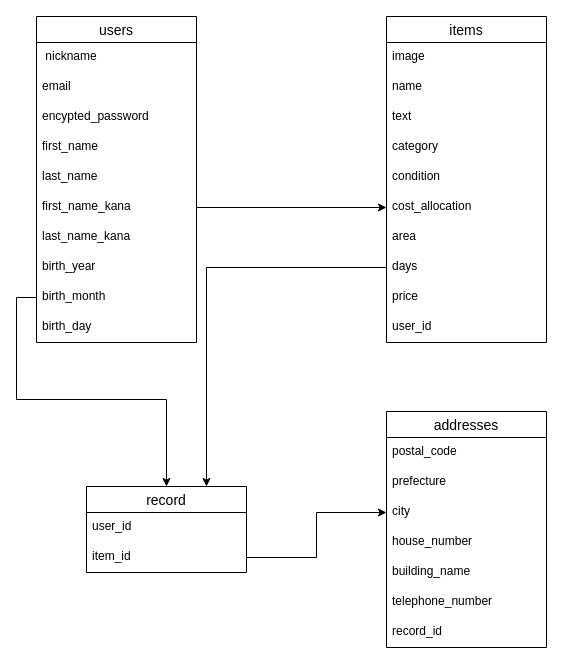
Above: furima.dio in sumimasa/furima-37044 (draw.io), before the change. Source tidied: cells renumbered, new cells numbered last; positions are measured from the earlier drawing's top-left corner, leaving out a move shared by most shapes. Both pictures are drawn from the tidied source at 100%, with x=0, y=0 at pixel (36, 16).
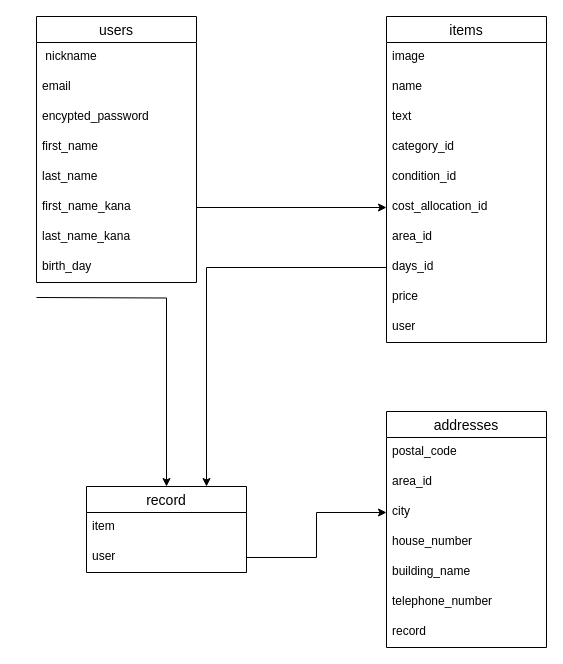
The same page after the edit.

Commit message (it also covers changes not shown here):
ER図,READMEの修正

The change refers to these unchanged cells:
```xml
<mxCell id="13" value="items" style="swimlane;fontStyle=0;horizontal=1;startSize=26;align=center;fontSize=14;" parent="1" vertex="1">
  <mxGeometry x="350" width="160" height="326" as="geometry" />
</mxCell>
<mxCell id="25" value="record" style="swimlane;fontStyle=0;horizontal=1;startSize=26;align=center;fontSize=14;" parent="1" vertex="1">
  <mxGeometry x="50" y="470" width="160" height="86" as="geometry" />
</mxCell>
<mxCell id="30" value="addresses" style="swimlane;fontStyle=0;horizontal=1;startSize=26;align=center;fontSize=14;" parent="1" vertex="1">
  <mxGeometry x="350" y="395" width="160" height="236" as="geometry" />
</mxCell>
```

The edit, as a diff of the source:
```diff
@@
     <mxCell id="2" value="users" style="swimlane;fontStyle=0;horizontal=1;startSize=26;align=center;fontSize=14;" parent="1" vertex="1">
-      <mxGeometry width="160" height="326" as="geometry" />
+      <mxGeometry width="160" height="266" as="geometry" />
     </mxCell>
@@
-    <mxCell id="10" value="birth_year" style="text;strokeColor=none;fillColor=none;spacingLeft=4;spacingRight=4;overflow=hidden;fontSize=12;" parent="2" vertex="1">
-      <mxGeometry y="236" width="160" height="30" as="geometry" />
-    </mxCell>
-    <mxCell id="11" value="birth_month" style="text;strokeColor=none;fillColor=none;spacingLeft=4;spacingRight=4;overflow=hidden;points=[[0,0.5],[1,0.5]];portConstraint=eastwest;fontSize=12;" parent="2" vertex="1">
-      <mxGeometry y="266" width="160" height="30" as="geometry" />
-    </mxCell>
     <mxCell id="12" value="birth_day" style="text;strokeColor=none;fillColor=none;spacingLeft=4;spacingRight=4;overflow=hidden;fontSize=12;" parent="2" vertex="1">
-      <mxGeometry y="296" width="160" height="30" as="geometry" />
+      <mxGeometry y="236" width="160" height="30" as="geometry" />
     </mxCell>
@@
-    <mxCell id="17" value="category" style="text;strokeColor=none;fillColor=none;spacingLeft=4;spacingRight=4;overflow=hidden;fontSize=12;" parent="13" vertex="1">
+    <mxCell id="17" value="category_id" style="text;strokeColor=none;fillColor=none;spacingLeft=4;spacingRight=4;overflow=hidden;fontSize=12;" parent="13" vertex="1">
       <mxGeometry y="116" width="160" height="30" as="geometry" />
     </mxCell>
-    <mxCell id="18" value="condition" style="text;strokeColor=none;fillColor=none;spacingLeft=4;spacingRight=4;overflow=hidden;fontSize=12;" parent="13" vertex="1">
+    <mxCell id="18" value="condition_id" style="text;strokeColor=none;fillColor=none;spacingLeft=4;spacingRight=4;overflow=hidden;fontSize=12;" parent="13" vertex="1">
       <mxGeometry y="146" width="160" height="30" as="geometry" />
     </mxCell>
-    <mxCell id="19" value="cost_allocation" style="text;strokeColor=none;fillColor=none;spacingLeft=4;spacingRight=4;overflow=hidden;points=[[0,0.5],[1,0.5]];portConstraint=eastwest;fontSize=12;" parent="13" vertex="1">
+    <mxCell id="19" value="cost_allocation_id" style="text;strokeColor=none;fillColor=none;spacingLeft=4;spacingRight=4;overflow=hidden;points=[[0,0.5],[1,0.5]];portConstraint=eastwest;fontSize=12;" parent="13" vertex="1">
       <mxGeometry y="176" width="160" height="30" as="geometry" />
     </mxCell>
-    <mxCell id="20" value="area" style="text;strokeColor=none;fillColor=none;spacingLeft=4;spacingRight=4;overflow=hidden;fontSize=12;" parent="13" vertex="1">
+    <mxCell id="20" value="area_id" style="text;strokeColor=none;fillColor=none;spacingLeft=4;spacingRight=4;overflow=hidden;fontSize=12;" parent="13" vertex="1">
       <mxGeometry y="206" width="160" height="30" as="geometry" />
     </mxCell>
-    <mxCell id="21" value="days" style="text;strokeColor=none;fillColor=none;spacingLeft=4;spacingRight=4;overflow=hidden;points=[[0,0.5],[1,0.5]];portConstraint=eastwest;fontSize=12;" parent="13" vertex="1">
+    <mxCell id="21" value="days_id" style="text;strokeColor=none;fillColor=none;spacingLeft=4;spacingRight=4;overflow=hidden;points=[[0,0.5],[1,0.5]];portConstraint=eastwest;fontSize=12;" parent="13" vertex="1">
       <mxGeometry y="236" width="160" height="30" as="geometry" />
     </mxCell>
@@
-    <mxCell id="23" value="user_id" style="text;strokeColor=none;fillColor=none;spacingLeft=4;spacingRight=4;overflow=hidden;fontSize=12;" parent="13" vertex="1">
+    <mxCell id="23" value="user" style="text;strokeColor=none;fillColor=none;spacingLeft=4;spacingRight=4;overflow=hidden;fontSize=12;" parent="13" vertex="1">
       <mxGeometry y="296" width="160" height="30" as="geometry" />
     </mxCell>
@@
-    <mxCell id="26" value="user_id" style="text;strokeColor=none;fillColor=none;spacingLeft=4;spacingRight=4;overflow=hidden;fontSize=12;" parent="25" vertex="1">
-      <mxGeometry y="26" width="160" height="30" as="geometry" />
-    </mxCell>
+    <mxCell id="39" value="item" style="text;strokeColor=none;fillColor=none;spacingLeft=4;spacingRight=4;overflow=hidden;fontSize=12;" parent="25" vertex="1">
+      <mxGeometry y="26" width="160" height="30" as="geometry" />
+    </mxCell>
-    <mxCell id="27" value="item_id" style="text;strokeColor=none;fillColor=none;spacingLeft=4;spacingRight=4;overflow=hidden;points=[[0,0.5],[1,0.5]];portConstraint=eastwest;fontSize=12;" parent="25" vertex="1">
+    <mxCell id="27" value="user" style="text;strokeColor=none;fillColor=none;spacingLeft=4;spacingRight=4;overflow=hidden;points=[[0,0.5],[1,0.5]];portConstraint=eastwest;fontSize=12;" parent="25" vertex="1">
       <mxGeometry y="56" width="160" height="30" as="geometry" />
     </mxCell>
-    <mxCell id="28" style="edgeStyle=orthogonalEdgeStyle;rounded=0;jettySize=auto;html=1;exitX=0;exitY=0.5;exitDx=0;exitDy=0;" parent="1" edge="1" source="11" target="25">
-      <mxGeometry relative="1" as="geometry" />
+    <mxCell id="28" style="edgeStyle=orthogonalEdgeStyle;rounded=0;jettySize=auto;html=1;exitX=0;exitY=0.5;exitDx=0;exitDy=0;" parent="1" edge="1" target="25">
+      <mxGeometry relative="1" as="geometry">
+        <mxPoint y="281" as="sourcePoint" />
+      </mxGeometry>
     </mxCell>
@@
-    <mxCell id="32" value="prefecture" style="text;strokeColor=none;fillColor=none;spacingLeft=4;spacingRight=4;overflow=hidden;fontSize=12;" parent="30" vertex="1">
+    <mxCell id="32" value="area_id" style="text;strokeColor=none;fillColor=none;spacingLeft=4;spacingRight=4;overflow=hidden;fontSize=12;" parent="30" vertex="1">
       <mxGeometry y="56" width="160" height="30" as="geometry" />
     </mxCell>
@@
-    <mxCell id="37" value="record_id" style="text;strokeColor=none;fillColor=none;spacingLeft=4;spacingRight=4;overflow=hidden;fontSize=12;" parent="30" vertex="1">
+    <mxCell id="37" value="record" style="text;strokeColor=none;fillColor=none;spacingLeft=4;spacingRight=4;overflow=hidden;fontSize=12;" parent="30" vertex="1">
       <mxGeometry y="206" width="160" height="30" as="geometry" />
     </mxCell>
```
